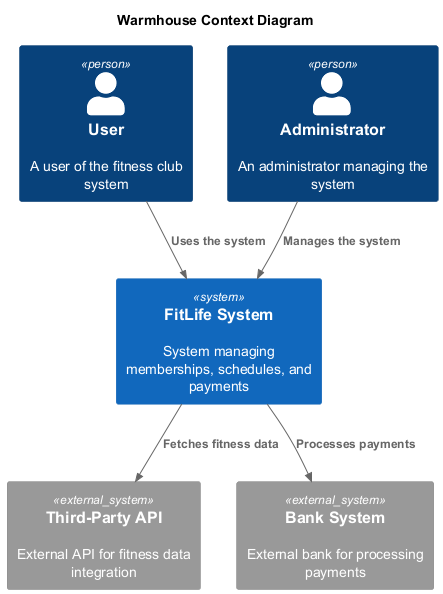
This is diagrams/context/current-context.png from grafkozloff/arch-sprint1, a PlantUML export, as it was before one commit. Source of this version:
```plantuml
@startuml
title Warmhouse Context Diagram

top to bottom direction

!includeurl https://raw.githubusercontent.com/RicardoNiepel/C4-PlantUML/master/C4_Component.puml

Person(user, "User", "A user of the fitness club system")
Person(admin, "Administrator", "An administrator managing the system")
System(FitLifeSystem, "FitLife System", "System managing memberships, schedules, and payments")

System_Ext(api, "Third-Party API", "External API for fitness data integration")
System_Ext(bank, "Bank System", "External bank for processing payments")

Rel(user, FitLifeSystem, "Uses the system")
Rel(admin,FitLifeSystem,"Manages the system")
Rel(FitLifeSystem,api,"Fetches fitness data")
Rel(FitLifeSystem,bank,"Processes payments")

@enduml
```
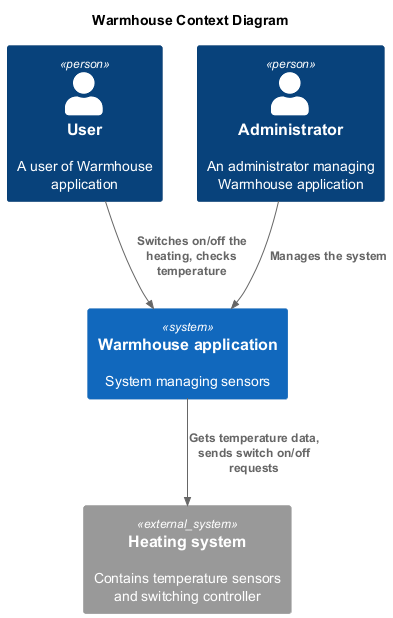
After the commit.

Commit message:
задание первого спринта

Diff of the diagram source:
```diff
@@ -5,16 +5,14 @@
 
 !includeurl https://raw.githubusercontent.com/RicardoNiepel/C4-PlantUML/master/C4_Component.puml
 
-Person(user, "User", "A user of the fitness club system")
-Person(admin, "Administrator", "An administrator managing the system")
-System(FitLifeSystem, "FitLife System", "System managing memberships, schedules, and payments")
+Person(user, "User", "A user of Warmhouse application")
+Person(admin, "Administrator", "An administrator managing Warmhouse application")
+System(WarmhouseApp, "Warmhouse application", "System managing sensors")
 
-System_Ext(api, "Third-Party API", "External API for fitness data integration")
-System_Ext(bank, "Bank System", "External bank for processing payments")
+System_Ext(sensor, "Heating system", "Contains temperature sensors and switching controller")
 
-Rel(user, FitLifeSystem, "Uses the system")
-Rel(admin,FitLifeSystem,"Manages the system")
-Rel(FitLifeSystem,api,"Fetches fitness data")
-Rel(FitLifeSystem,bank,"Processes payments")
+Rel(user, WarmhouseApp, "Switches on/off the heating, checks temperature")
+Rel(admin, WarmhouseApp, "Manages the system")
+Rel(WarmhouseApp, sensor, "Gets temperature data, sends switch on/off requests")
 
 @enduml
```
